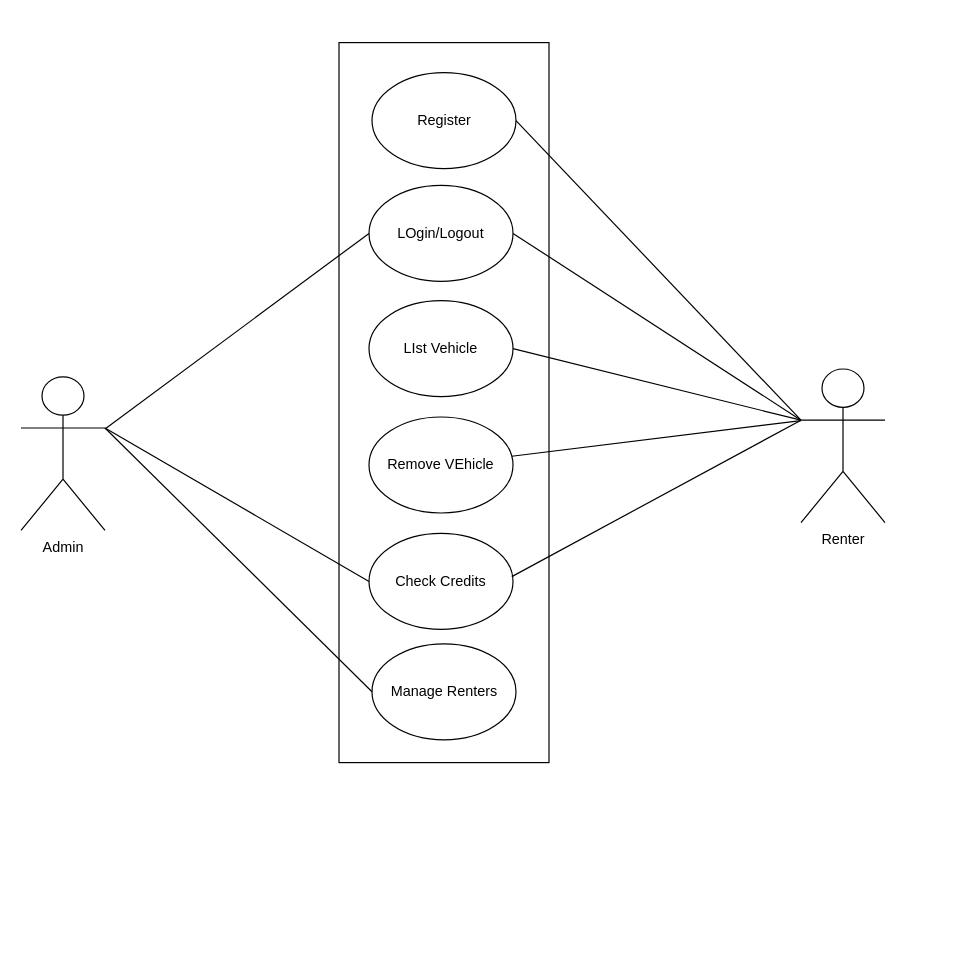
aashu-kattel/Sys.-Analysis-Design keeps this draw.io diagram as usecase_vrs.drawio. Above is the earlier version. Source tidied: cells renumbered, new cells numbered last; positions are measured from the earlier drawing's top-left corner, leaving out a move shared by most shapes. Both pictures are drawn from the tidied source at 120%, with x=0, y=0 at pixel (20, 72).
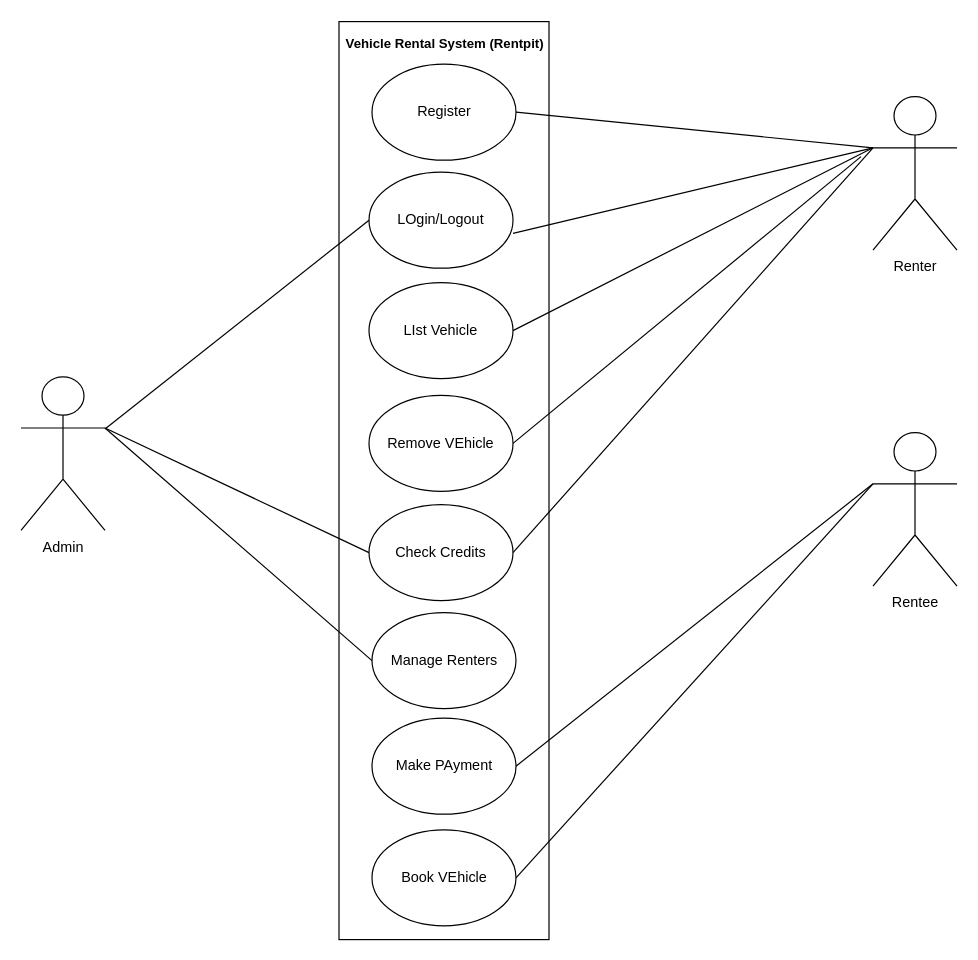
The same page after the edit.

The edit, as a diff of the source:
```diff
@@
     <mxCell id="2" style="rounded=0;whiteSpace=wrap;html=1;rotation=90;" parent="1" vertex="1">
-      <mxGeometry x="52.5" y="187.5" width="600" height="175" as="geometry" />
+      <mxGeometry x="-30" y="252.5" width="765" height="175" as="geometry" />
     </mxCell>
@@
     <mxCell id="4" value="Renter&lt;br&gt;" style="shape=umlActor;verticalLabelPosition=bottom;verticalAlign=top;html=1;outlineConnect=0;" parent="1" vertex="1">
-      <mxGeometry x="650" y="247" width="70" height="128" as="geometry" />
+      <mxGeometry x="710" y="20" width="70" height="128" as="geometry" />
     </mxCell>
     <mxCell id="5" value="LOgin/Logout" style="ellipse;whiteSpace=wrap;html=1;" parent="1" vertex="1">
-      <mxGeometry x="290" y="94" width="120" height="80" as="geometry" />
+      <mxGeometry x="290" y="83" width="120" height="80" as="geometry" />
     </mxCell>
     <mxCell id="6" value="LIst Vehicle" style="ellipse;whiteSpace=wrap;html=1;" parent="1" vertex="1">
-      <mxGeometry x="290" y="190" width="120" height="80" as="geometry" />
+      <mxGeometry x="290" y="175" width="120" height="80" as="geometry" />
     </mxCell>
     <mxCell id="7" value="Remove VEhicle" style="ellipse;whiteSpace=wrap;html=1;" parent="1" vertex="1">
-      <mxGeometry x="290" y="287" width="120" height="80" as="geometry" />
+      <mxGeometry x="290" y="269" width="120" height="80" as="geometry" />
     </mxCell>
     <mxCell id="8" value="Check Credits" style="ellipse;whiteSpace=wrap;html=1;" parent="1" vertex="1">
-      <mxGeometry x="290" y="384" width="120" height="80" as="geometry" />
+      <mxGeometry x="290" y="360" width="120" height="80" as="geometry" />
     </mxCell>
     <mxCell id="9" value="Manage Renters" style="ellipse;whiteSpace=wrap;html=1;" parent="1" vertex="1">
-      <mxGeometry x="292.5" y="476" width="120" height="80" as="geometry" />
+      <mxGeometry x="292.5" y="450" width="120" height="80" as="geometry" />
     </mxCell>
     <mxCell id="10" value="Register" style="ellipse;whiteSpace=wrap;html=1;" parent="1" vertex="1">
-      <mxGeometry x="292.5" width="120" height="80" as="geometry" />
+      <mxGeometry x="292.5" y="-7" width="120" height="80" as="geometry" />
     </mxCell>
@@
-    <mxCell id="17" style="endArrow=none;html=1;rounded=0;" parent="1" edge="1" source="7">
+    <mxCell id="17" style="endArrow=none;html=1;rounded=0;exitX=1;exitY=0.5;exitDx=0;exitDy=0;" parent="1" edge="1" source="7">
       <mxGeometry relative="1" as="geometry">
-        <mxPoint x="650" y="290" as="targetPoint" />
+        <mxPoint x="700" y="70" as="targetPoint" />
       </mxGeometry>
     </mxCell>
-    <mxCell id="18" style="endArrow=none;html=1;rounded=0;entryX=0;entryY=0.3333333333333333;entryDx=0;entryDy=0;entryPerimeter=0;" parent="1" edge="1" target="4">
-      <mxGeometry relative="1" as="geometry">
-        <mxPoint x="409" y="420" as="sourcePoint" />
-      </mxGeometry>
+    <mxCell id="18" style="endArrow=none;html=1;rounded=0;entryX=0;entryY=0.3333333333333333;entryDx=0;entryDy=0;entryPerimeter=0;exitX=1;exitY=0.5;exitDx=0;exitDy=0;" parent="1" edge="1" source="8" target="4">
+      <mxGeometry relative="1" as="geometry" />
     </mxCell>
+    <mxCell id="19" value="Rentee&lt;br&gt;" style="shape=umlActor;verticalLabelPosition=bottom;verticalAlign=top;html=1;outlineConnect=0;" parent="1" vertex="1">
+      <mxGeometry x="710" y="300" width="70" height="128" as="geometry" />
+    </mxCell>
+    <mxCell id="20" value="Book VEhicle" style="ellipse;whiteSpace=wrap;html=1;" parent="1" vertex="1">
+      <mxGeometry x="292.5" y="631" width="120" height="80" as="geometry" />
+    </mxCell>
+    <mxCell id="21" style="endArrow=none;html=1;rounded=0;entryX=0;entryY=0.3333333333333333;entryDx=0;entryDy=0;exitX=1;exitY=0.5;exitDx=0;exitDy=0;entryPerimeter=0;" parent="1" edge="1" source="20" target="19">
+      <mxGeometry relative="1" as="geometry" />
+    </mxCell>
+    <mxCell id="22" value="Make PAyment" style="ellipse;whiteSpace=wrap;html=1;" parent="1" vertex="1">
+      <mxGeometry x="292.5" y="538" width="120" height="80" as="geometry" />
+    </mxCell>
+    <mxCell id="23" style="endArrow=none;html=1;rounded=0;exitX=1;exitY=0.5;exitDx=0;exitDy=0;entryX=0;entryY=0.3333333333333333;entryDx=0;entryDy=0;entryPerimeter=0;" parent="1" edge="1" source="22" target="19">
+      <mxGeometry relative="1" as="geometry" />
+    </mxCell>
+    <mxCell id="24" value="&lt;b&gt;&lt;font style=&quot;font-size: 11px;&quot;&gt;Vehicle Rental System (Rentpit)&lt;/font&gt;&lt;/b&gt;" style="text;html=1;align=center;verticalAlign=middle;strokeColor=none;fillColor=none;" parent="1" vertex="1">
+      <mxGeometry x="258" y="-39" width="190" height="30" as="geometry" />
+    </mxCell>
```
